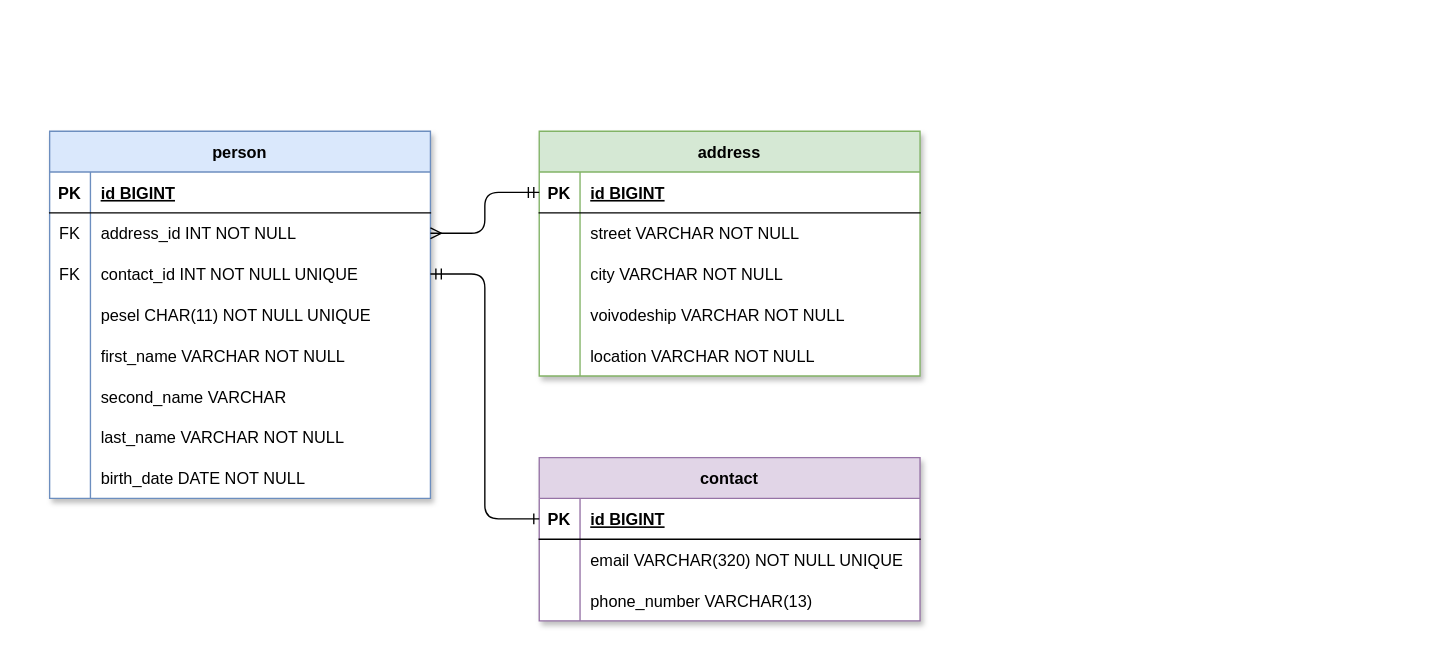
Above: database/diagrams/fakers_db.drawio in bkosm/fakers (draw.io), before the change. Source tidied: cells renumbered, new cells numbered last; positions are measured from the earlier drawing's top-left corner, leaving out a move shared by most shapes. Both pictures are drawn from the tidied source at 136%, with x=0, y=0 at pixel (49, 131).
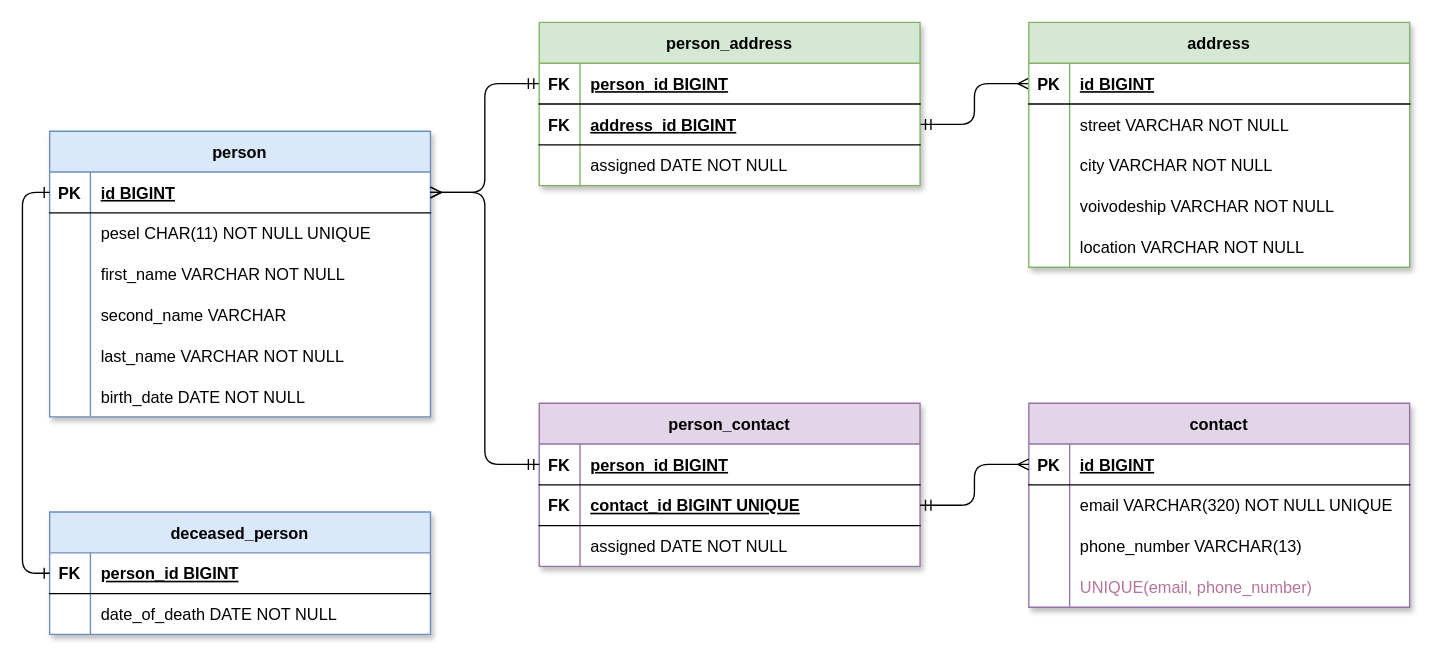
The same page after the edit.

Unchanged cells that the change refers to:
```xml
<mxCell id="3" style="shape=partialRectangle;fillColor=none;points=[[0,0.5],[1,0.5]];portConstraint=eastwest;top=0;left=0;right=0;bottom=1;" parent="2" vertex="1">
  <mxGeometry y="30" width="280" height="30" as="geometry" />
</mxCell>
<mxCell id="28" style="shape=partialRectangle;fillColor=none;points=[[0,0.5],[1,0.5]];portConstraint=eastwest;top=0;left=0;right=0;bottom=1;" parent="27" vertex="1">
  <mxGeometry y="30" width="280" height="30" as="geometry" />
</mxCell>
```

Diff of the diagram source:
```diff
@@
     <mxCell id="2" value="person" style="shape=table;startSize=30;childLayout=tableLayout;rowLines=0;fontStyle=1;align=center;fillColor=#dae8fc;strokeColor=#6c8ebf;swimlaneFillColor=#ffffff;shadow=1;" parent="1" vertex="1">
-      <mxGeometry width="280" height="270" as="geometry" />
+      <mxGeometry width="280" height="210" as="geometry" />
     </mxCell>
@@
-    <mxCell id="6" style="shape=partialRectangle;fillColor=none;points=[[0,0.5],[1,0.5]];portConstraint=eastwest;top=0;left=0;right=0;bottom=0;" parent="2" vertex="1">
-      <mxGeometry y="60" width="280" height="30" as="geometry" />
-    </mxCell>
-    <mxCell id="7" value="FK" style="shape=partialRectangle;overflow=hidden;fillColor=none;top=0;left=0;bottom=0;right=0;" parent="6" vertex="1">
-      <mxGeometry width="30" height="30" as="geometry" />
-    </mxCell>
-    <mxCell id="8" value="address_id INT NOT NULL" style="shape=partialRectangle;overflow=hidden;fillColor=none;top=0;left=0;bottom=0;right=0;align=left;spacingLeft=6;" parent="6" vertex="1">
-      <mxGeometry x="30" width="250" height="30" as="geometry" />
-    </mxCell>
-    <mxCell id="9" style="shape=partialRectangle;fillColor=none;points=[[0,0.5],[1,0.5]];portConstraint=eastwest;top=0;left=0;right=0;bottom=0;" parent="2" vertex="1">
-      <mxGeometry y="90" width="280" height="30" as="geometry" />
-    </mxCell>
-    <mxCell id="10" value="FK" style="shape=partialRectangle;overflow=hidden;fillColor=none;top=0;left=0;bottom=0;right=0;" parent="9" vertex="1">
-      <mxGeometry width="30" height="30" as="geometry" />
-    </mxCell>
-    <mxCell id="11" value="contact_id INT NOT NULL UNIQUE" style="shape=partialRectangle;overflow=hidden;fillColor=none;top=0;left=0;bottom=0;right=0;align=left;spacingLeft=6;" parent="9" vertex="1">
-      <mxGeometry x="30" width="250" height="30" as="geometry" />
-    </mxCell>
     <mxCell id="12" style="shape=partialRectangle;fillColor=none;top=0;left=0;right=0;bottom=0;" parent="2" vertex="1">
-      <mxGeometry y="120" width="280" height="30" as="geometry" />
+      <mxGeometry y="60" width="280" height="30" as="geometry" />
     </mxCell>
@@
     <mxCell id="15" style="shape=partialRectangle;fillColor=none;top=0;left=0;right=0;bottom=0;" parent="2" vertex="1">
-      <mxGeometry y="150" width="280" height="30" as="geometry" />
+      <mxGeometry y="90" width="280" height="30" as="geometry" />
     </mxCell>
@@
     <mxCell id="18" style="shape=partialRectangle;fillColor=none;top=0;left=0;right=0;bottom=0;" parent="2" vertex="1">
-      <mxGeometry y="180" width="280" height="30" as="geometry" />
+      <mxGeometry y="120" width="280" height="30" as="geometry" />
     </mxCell>
@@
     <mxCell id="21" style="shape=partialRectangle;fillColor=none;top=0;left=0;right=0;bottom=0;" parent="2" vertex="1">
-      <mxGeometry y="210" width="280" height="30" as="geometry" />
+      <mxGeometry y="150" width="280" height="30" as="geometry" />
     </mxCell>
@@
     <mxCell id="24" style="shape=partialRectangle;fillColor=none;top=0;left=0;right=0;bottom=0;" parent="2" vertex="1">
-      <mxGeometry y="240" width="280" height="30" as="geometry" />
+      <mxGeometry y="180" width="280" height="30" as="geometry" />
     </mxCell>
@@
+    <mxCell id="55" value="person_contact" style="shape=table;startSize=30;childLayout=tableLayout;rowLines=0;fontStyle=1;align=center;fillColor=#e1d5e7;strokeColor=#9673a6;swimlaneFillColor=#ffffff;shadow=1;" parent="1" vertex="1">
+      <mxGeometry x="360" y="200" width="280" height="120" as="geometry" />
+    </mxCell>
+    <mxCell id="56" style="shape=partialRectangle;fillColor=none;points=[[0,0.5],[1,0.5]];portConstraint=eastwest;top=0;left=0;right=0;bottom=1;" parent="55" vertex="1">
+      <mxGeometry y="30" width="280" height="30" as="geometry" />
+    </mxCell>
+    <mxCell id="57" value="FK" style="shape=partialRectangle;overflow=hidden;fillColor=none;top=0;left=0;bottom=0;right=0;fontStyle=1;" parent="56" vertex="1">
+      <mxGeometry width="30" height="30" as="geometry" />
+    </mxCell>
+    <mxCell id="58" value="person_id BIGINT" style="shape=partialRectangle;overflow=hidden;fillColor=none;top=0;left=0;bottom=0;right=0;align=left;spacingLeft=6;fontStyle=5;" parent="56" vertex="1">
+      <mxGeometry x="30" width="250" height="30" as="geometry" />
+    </mxCell>
+    <mxCell id="59" style="shape=partialRectangle;fillColor=none;points=[[0,0.5],[1,0.5]];portConstraint=eastwest;top=0;left=0;right=0;bottom=1;" parent="55" vertex="1">
+      <mxGeometry y="60" width="280" height="30" as="geometry" />
+    </mxCell>
+    <mxCell id="60" value="FK" style="shape=partialRectangle;overflow=hidden;fillColor=none;top=0;left=0;bottom=0;right=0;fontStyle=1;" parent="59" vertex="1">
+      <mxGeometry width="30" height="30" as="geometry" />
+    </mxCell>
+    <mxCell id="61" value="contact_id BIGINT UNIQUE" style="shape=partialRectangle;overflow=hidden;fillColor=none;top=0;left=0;bottom=0;right=0;align=left;spacingLeft=6;fontStyle=5;" parent="59" vertex="1">
+      <mxGeometry x="30" width="250" height="30" as="geometry" />
+    </mxCell>
+    <mxCell id="62" style="shape=partialRectangle;fillColor=none;top=0;left=0;right=0;bottom=1;strokeColor=none;" parent="55" vertex="1">
+      <mxGeometry y="90" width="280" height="30" as="geometry" />
+    </mxCell>
+    <mxCell id="63" style="shape=partialRectangle;overflow=hidden;fillColor=none;top=0;left=0;bottom=0;right=0;fontStyle=1;" parent="62" vertex="1">
+      <mxGeometry width="30" height="30" as="geometry" />
+    </mxCell>
+    <mxCell id="64" value="assigned DATE NOT NULL" style="shape=partialRectangle;overflow=hidden;fillColor=none;top=0;left=0;bottom=0;right=0;align=left;spacingLeft=6;fontStyle=0;" parent="62" vertex="1">
+      <mxGeometry x="30" width="250" height="30" as="geometry" />
+    </mxCell>
+    <mxCell id="43" value="contact" style="shape=table;startSize=30;childLayout=tableLayout;rowLines=0;fontStyle=1;align=center;fillColor=#e1d5e7;strokeColor=#9673a6;swimlaneFillColor=#ffffff;shadow=1;" parent="1" vertex="1">
+      <mxGeometry x="720" y="200" width="280" height="150" as="geometry" />
+    </mxCell>
+    <mxCell id="44" style="shape=partialRectangle;fillColor=none;points=[[0,0.5],[1,0.5]];portConstraint=eastwest;top=0;left=0;right=0;bottom=1;" parent="43" vertex="1">
+      <mxGeometry y="30" width="280" height="30" as="geometry" />
+    </mxCell>
+    <mxCell id="45" value="PK" style="shape=partialRectangle;overflow=hidden;fillColor=none;top=0;left=0;bottom=0;right=0;fontStyle=1;" parent="44" vertex="1">
+      <mxGeometry width="30" height="30" as="geometry" />
+    </mxCell>
+    <mxCell id="46" value="id BIGINT" style="shape=partialRectangle;overflow=hidden;fillColor=none;top=0;left=0;bottom=0;right=0;align=left;spacingLeft=6;fontStyle=5;" parent="44" vertex="1">
+      <mxGeometry x="30" width="250" height="30" as="geometry" />
+    </mxCell>
+    <mxCell id="47" style="shape=partialRectangle;fillColor=none;top=0;left=0;right=0;bottom=0;" parent="43" vertex="1">
+      <mxGeometry y="60" width="280" height="30" as="geometry" />
+    </mxCell>
+    <mxCell id="48" style="shape=partialRectangle;overflow=hidden;fillColor=none;top=0;left=0;bottom=0;right=0;" parent="47" vertex="1">
+      <mxGeometry width="30" height="30" as="geometry" />
+    </mxCell>
+    <mxCell id="49" value="email VARCHAR(320) NOT NULL UNIQUE" style="shape=partialRectangle;overflow=hidden;fillColor=none;top=0;left=0;bottom=0;right=0;align=left;spacingLeft=6;" parent="47" vertex="1">
+      <mxGeometry x="30" width="250" height="30" as="geometry" />
+    </mxCell>
+    <mxCell id="50" style="shape=partialRectangle;fillColor=none;top=0;left=0;right=0;bottom=0;" parent="43" vertex="1">
+      <mxGeometry y="90" width="280" height="30" as="geometry" />
+    </mxCell>
+    <mxCell id="51" style="shape=partialRectangle;overflow=hidden;fillColor=none;top=0;left=0;bottom=0;right=0;" parent="50" vertex="1">
+      <mxGeometry width="30" height="30" as="geometry" />
+    </mxCell>
+    <mxCell id="52" value="phone_number VARCHAR(13)" style="shape=partialRectangle;overflow=hidden;fillColor=none;top=0;left=0;bottom=0;right=0;align=left;spacingLeft=6;" parent="50" vertex="1">
+      <mxGeometry x="30" width="250" height="30" as="geometry" />
+    </mxCell>
+    <mxCell id="65" style="shape=partialRectangle;fillColor=none;top=0;left=0;right=0;bottom=0;labelBorderColor=#000000;" parent="43" vertex="1">
+      <mxGeometry y="120" width="280" height="30" as="geometry" />
+    </mxCell>
+    <mxCell id="66" style="shape=partialRectangle;overflow=hidden;fillColor=none;top=0;left=0;bottom=0;right=0;" parent="65" vertex="1">
+      <mxGeometry width="30" height="30" as="geometry" />
+    </mxCell>
+    <mxCell id="67" value="UNIQUE(email, phone_number)" style="shape=partialRectangle;overflow=hidden;fillColor=none;top=0;left=0;bottom=0;right=0;align=left;spacingLeft=6;labelBorderColor=none;spacingTop=0;labelBackgroundColor=none;fontColor=#B5739D;" parent="65" vertex="1">
+      <mxGeometry x="30" width="250" height="30" as="geometry" />
+    </mxCell>
+    <mxCell id="68" style="edgeStyle=orthogonalEdgeStyle;rounded=1;jettySize=auto;html=1;exitX=0;exitY=0.5;exitDx=0;exitDy=0;entryX=1;entryY=0.5;entryDx=0;entryDy=0;startArrow=ERmandOne;startFill=0;endArrow=ERmany;endFill=0;fontColor=#B5739D;" parent="1" edge="1" source="80" target="3">
+      <mxGeometry relative="1" as="geometry" />
+    </mxCell>
+    <mxCell id="69" style="edgeStyle=orthogonalEdgeStyle;rounded=1;jettySize=auto;html=1;exitX=0;exitY=0.5;exitDx=0;exitDy=0;entryX=1;entryY=0.5;entryDx=0;entryDy=0;startArrow=ERmandOne;startFill=0;endArrow=ERmany;endFill=0;fontColor=#B5739D;" parent="1" edge="1" source="56" target="3">
+      <mxGeometry relative="1" as="geometry" />
+    </mxCell>
+    <mxCell id="70" style="edgeStyle=orthogonalEdgeStyle;rounded=1;jettySize=auto;html=1;exitX=1;exitY=0.5;exitDx=0;exitDy=0;entryX=0;entryY=0.5;entryDx=0;entryDy=0;startArrow=ERmandOne;startFill=0;endArrow=ERmany;endFill=0;fontColor=#B5739D;" parent="1" edge="1" source="59" target="44">
+      <mxGeometry relative="1" as="geometry" />
+    </mxCell>
+    <mxCell id="71" style="edgeStyle=orthogonalEdgeStyle;rounded=1;jettySize=auto;html=1;exitX=1;exitY=0.5;exitDx=0;exitDy=0;entryX=0;entryY=0.5;entryDx=0;entryDy=0;startArrow=ERmandOne;startFill=0;endArrow=ERmany;endFill=0;fontColor=#B5739D;" parent="1" edge="1" source="83" target="28">
+      <mxGeometry relative="1" as="geometry" />
+    </mxCell>
+    <mxCell id="72" value="deceased_person" style="shape=table;startSize=30;childLayout=tableLayout;rowLines=0;fontStyle=1;align=center;fillColor=#dae8fc;strokeColor=#6c8ebf;swimlaneFillColor=#ffffff;shadow=1;" parent="1" vertex="1">
+      <mxGeometry y="280" width="280" height="90" as="geometry" />
+    </mxCell>
+    <mxCell id="73" style="shape=partialRectangle;fillColor=none;points=[[0,0.5],[1,0.5]];portConstraint=eastwest;top=0;left=0;right=0;bottom=1;" parent="72" vertex="1">
+      <mxGeometry y="30" width="280" height="30" as="geometry" />
+    </mxCell>
+    <mxCell id="74" value="FK" style="shape=partialRectangle;overflow=hidden;fillColor=none;top=0;left=0;bottom=0;right=0;fontStyle=1;" parent="73" vertex="1">
+      <mxGeometry width="30" height="30" as="geometry" />
+    </mxCell>
+    <mxCell id="75" value="person_id BIGINT" style="shape=partialRectangle;overflow=hidden;fillColor=none;top=0;left=0;bottom=0;right=0;align=left;spacingLeft=6;fontStyle=5;" parent="73" vertex="1">
+      <mxGeometry x="30" width="250" height="30" as="geometry" />
+    </mxCell>
+    <mxCell id="6" style="shape=partialRectangle;fillColor=none;points=[[0,0.5],[1,0.5]];portConstraint=eastwest;top=0;left=0;right=0;bottom=0;" parent="72" vertex="1">
+      <mxGeometry y="60" width="280" height="30" as="geometry" />
+    </mxCell>
+    <mxCell id="76" style="shape=partialRectangle;overflow=hidden;fillColor=none;top=0;left=0;bottom=0;right=0;" parent="6" vertex="1">
+      <mxGeometry width="30" height="30" as="geometry" />
+    </mxCell>
+    <mxCell id="77" value="date_of_death DATE NOT NULL" style="shape=partialRectangle;overflow=hidden;fillColor=none;top=0;left=0;bottom=0;right=0;align=left;spacingLeft=6;" parent="6" vertex="1">
+      <mxGeometry x="30" width="250" height="30" as="geometry" />
+    </mxCell>
+    <mxCell id="78" style="edgeStyle=orthogonalEdgeStyle;rounded=1;jettySize=auto;html=1;exitX=0;exitY=0.5;exitDx=0;exitDy=0;entryX=0;entryY=0.5;entryDx=0;entryDy=0;startArrow=ERone;startFill=0;endArrow=ERone;endFill=0;fontColor=#B5739D;" parent="1" edge="1" source="3" target="73">
+      <mxGeometry relative="1" as="geometry" />
+    </mxCell>
+    <mxCell id="79" value="person_address" style="shape=table;startSize=30;childLayout=tableLayout;rowLines=0;fontStyle=1;align=center;fillColor=#d5e8d4;strokeColor=#82b366;swimlaneFillColor=#ffffff;shadow=1;" parent="1" vertex="1">
+      <mxGeometry x="360" y="-80" width="280" height="120" as="geometry" />
+    </mxCell>
+    <mxCell id="80" style="shape=partialRectangle;fillColor=none;points=[[0,0.5],[1,0.5]];portConstraint=eastwest;top=0;left=0;right=0;bottom=1;" parent="79" vertex="1">
+      <mxGeometry y="30" width="280" height="30" as="geometry" />
+    </mxCell>
+    <mxCell id="81" value="FK" style="shape=partialRectangle;overflow=hidden;fillColor=none;top=0;left=0;bottom=0;right=0;fontStyle=1;" parent="80" vertex="1">
+      <mxGeometry width="30" height="30" as="geometry" />
+    </mxCell>
+    <mxCell id="82" value="person_id BIGINT" style="shape=partialRectangle;overflow=hidden;fillColor=none;top=0;left=0;bottom=0;right=0;align=left;spacingLeft=6;fontStyle=5;" parent="80" vertex="1">
+      <mxGeometry x="30" width="250" height="30" as="geometry" />
+    </mxCell>
+    <mxCell id="83" style="shape=partialRectangle;fillColor=none;points=[[0,0.5],[1,0.5]];portConstraint=eastwest;top=0;left=0;right=0;bottom=1;" parent="79" vertex="1">
+      <mxGeometry y="60" width="280" height="30" as="geometry" />
+    </mxCell>
+    <mxCell id="84" value="FK" style="shape=partialRectangle;overflow=hidden;fillColor=none;top=0;left=0;bottom=0;right=0;fontStyle=1;" parent="83" vertex="1">
+      <mxGeometry width="30" height="30" as="geometry" />
+    </mxCell>
+    <mxCell id="85" value="address_id BIGINT" style="shape=partialRectangle;overflow=hidden;fillColor=none;top=0;left=0;bottom=0;right=0;align=left;spacingLeft=6;fontStyle=5;" parent="83" vertex="1">
+      <mxGeometry x="30" width="250" height="30" as="geometry" />
+    </mxCell>
+    <mxCell id="86" style="shape=partialRectangle;fillColor=none;top=0;left=0;right=0;bottom=1;strokeColor=none;" parent="79" vertex="1">
+      <mxGeometry y="90" width="280" height="30" as="geometry" />
+    </mxCell>
+    <mxCell id="87" style="shape=partialRectangle;overflow=hidden;fillColor=none;top=0;left=0;bottom=0;right=0;fontStyle=1;" parent="86" vertex="1">
+      <mxGeometry width="30" height="30" as="geometry" />
+    </mxCell>
+    <mxCell id="88" value="assigned DATE NOT NULL" style="shape=partialRectangle;overflow=hidden;fillColor=none;top=0;left=0;bottom=0;right=0;align=left;spacingLeft=6;fontStyle=0;" parent="86" vertex="1">
+      <mxGeometry x="30" width="250" height="30" as="geometry" />
+    </mxCell>
     <mxCell id="27" value="address" style="shape=table;startSize=30;childLayout=tableLayout;rowLines=0;fontStyle=1;align=center;fillColor=#d5e8d4;strokeColor=#82b366;swimlaneFillColor=#ffffff;shadow=1;" parent="1" vertex="1">
-      <mxGeometry x="360" width="280" height="180" as="geometry" />
+      <mxGeometry x="720" y="-80" width="280" height="180" as="geometry" />
     </mxCell>
@@
-    <mxCell id="43" value="contact" style="shape=table;startSize=30;childLayout=tableLayout;rowLines=0;fontStyle=1;align=center;fillColor=#e1d5e7;strokeColor=#9673a6;swimlaneFillColor=#ffffff;shadow=1;" parent="1" vertex="1">
-      <mxGeometry x="360" y="240" width="280" height="120" as="geometry" />
-    </mxCell>
-    <mxCell id="44" style="shape=partialRectangle;fillColor=none;points=[[0,0.5],[1,0.5]];portConstraint=eastwest;top=0;left=0;right=0;bottom=1;" parent="43" vertex="1">
-      <mxGeometry y="30" width="280" height="30" as="geometry" />
-    </mxCell>
-    <mxCell id="45" value="PK" style="shape=partialRectangle;overflow=hidden;fillColor=none;top=0;left=0;bottom=0;right=0;fontStyle=1;" parent="44" vertex="1">
-      <mxGeometry width="30" height="30" as="geometry" />
-    </mxCell>
-    <mxCell id="46" value="id BIGINT" style="shape=partialRectangle;overflow=hidden;fillColor=none;top=0;left=0;bottom=0;right=0;align=left;spacingLeft=6;fontStyle=5;" parent="44" vertex="1">
-      <mxGeometry x="30" width="250" height="30" as="geometry" />
-    </mxCell>
-    <mxCell id="47" style="shape=partialRectangle;fillColor=none;top=0;left=0;right=0;bottom=0;" parent="43" vertex="1">
-      <mxGeometry y="60" width="280" height="30" as="geometry" />
-    </mxCell>
-    <mxCell id="48" style="shape=partialRectangle;overflow=hidden;fillColor=none;top=0;left=0;bottom=0;right=0;" parent="47" vertex="1">
-      <mxGeometry width="30" height="30" as="geometry" />
-    </mxCell>
-    <mxCell id="49" value="email VARCHAR(320) NOT NULL UNIQUE" style="shape=partialRectangle;overflow=hidden;fillColor=none;top=0;left=0;bottom=0;right=0;align=left;spacingLeft=6;" parent="47" vertex="1">
-      <mxGeometry x="30" width="250" height="30" as="geometry" />
-    </mxCell>
-    <mxCell id="50" style="shape=partialRectangle;fillColor=none;top=0;left=0;right=0;bottom=0;" parent="43" vertex="1">
-      <mxGeometry y="90" width="280" height="30" as="geometry" />
-    </mxCell>
-    <mxCell id="51" style="shape=partialRectangle;overflow=hidden;fillColor=none;top=0;left=0;bottom=0;right=0;" parent="50" vertex="1">
-      <mxGeometry width="30" height="30" as="geometry" />
-    </mxCell>
-    <mxCell id="52" value="phone_number VARCHAR(13)" style="shape=partialRectangle;overflow=hidden;fillColor=none;top=0;left=0;bottom=0;right=0;align=left;spacingLeft=6;" parent="50" vertex="1">
-      <mxGeometry x="30" width="250" height="30" as="geometry" />
-    </mxCell>
-    <mxCell id="53" style="edgeStyle=orthogonalEdgeStyle;rounded=1;jettySize=auto;html=1;exitX=1;exitY=0.5;exitDx=0;exitDy=0;entryX=0;entryY=0.5;entryDx=0;entryDy=0;endArrow=ERmandOne;endFill=0;startArrow=ERmany;startFill=0;" parent="1" edge="1" source="6" target="28">
-      <mxGeometry relative="1" as="geometry" />
-    </mxCell>
-    <mxCell id="54" style="edgeStyle=orthogonalEdgeStyle;rounded=1;jettySize=auto;html=1;exitX=0;exitY=0.5;exitDx=0;exitDy=0;entryX=1;entryY=0.5;entryDx=0;entryDy=0;startArrow=ERone;startFill=0;endArrow=ERmandOne;endFill=0;" parent="1" edge="1" source="44" target="9">
-      <mxGeometry relative="1" as="geometry" />
-    </mxCell>
```
